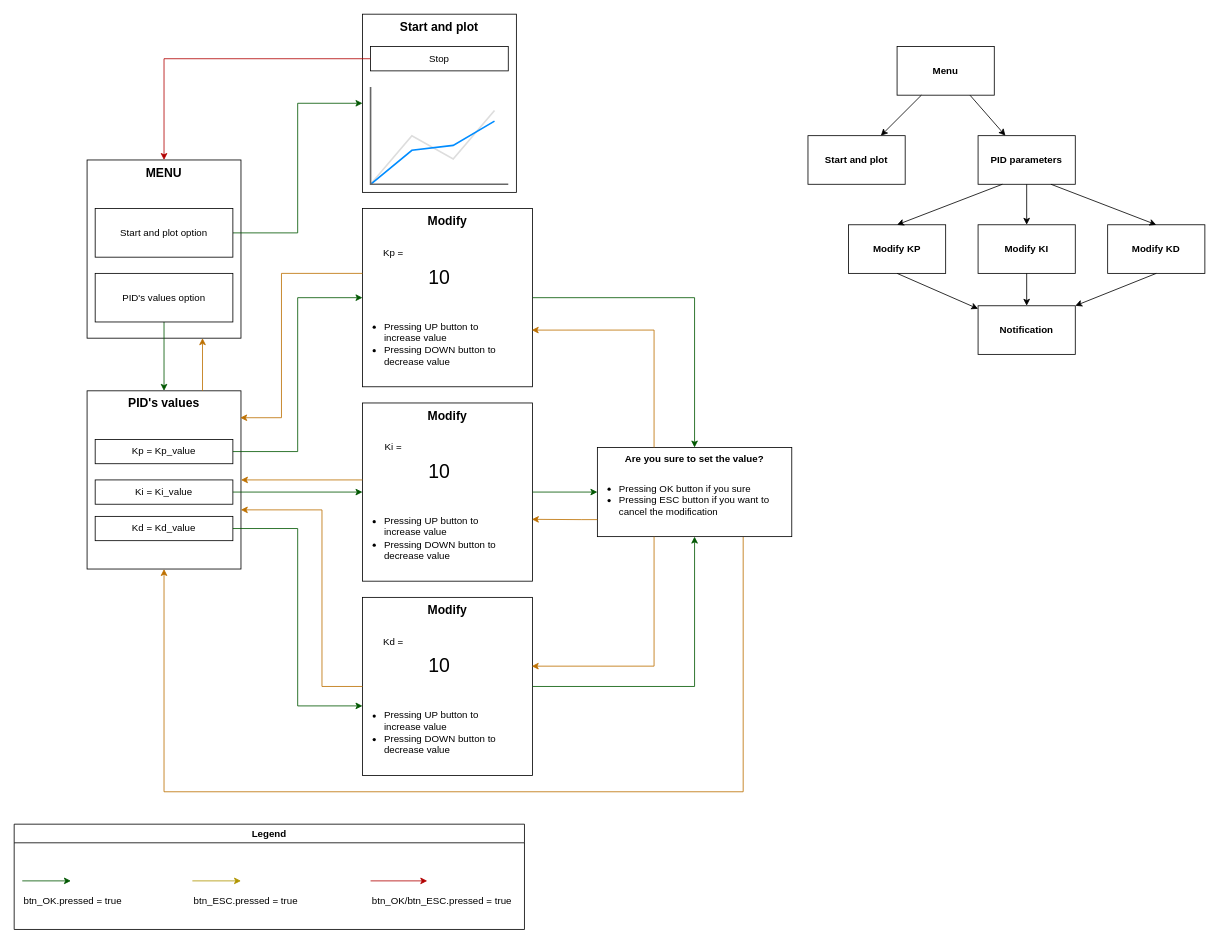
Vinh1222001/Self_balancing_Robot keeps this draw.io diagram as page "UI tree" (2 of 3) of diagrams/SBR_blockDiagram.drawio. Above is the earlier version. Source tidied: cells renumbered, new cells numbered last; positions are measured from the earlier drawing's top-left corner, leaving out a move shared by most shapes. Both pictures are drawn from the tidied source at 81%, with x=0, y=0 at pixel (14, 14).
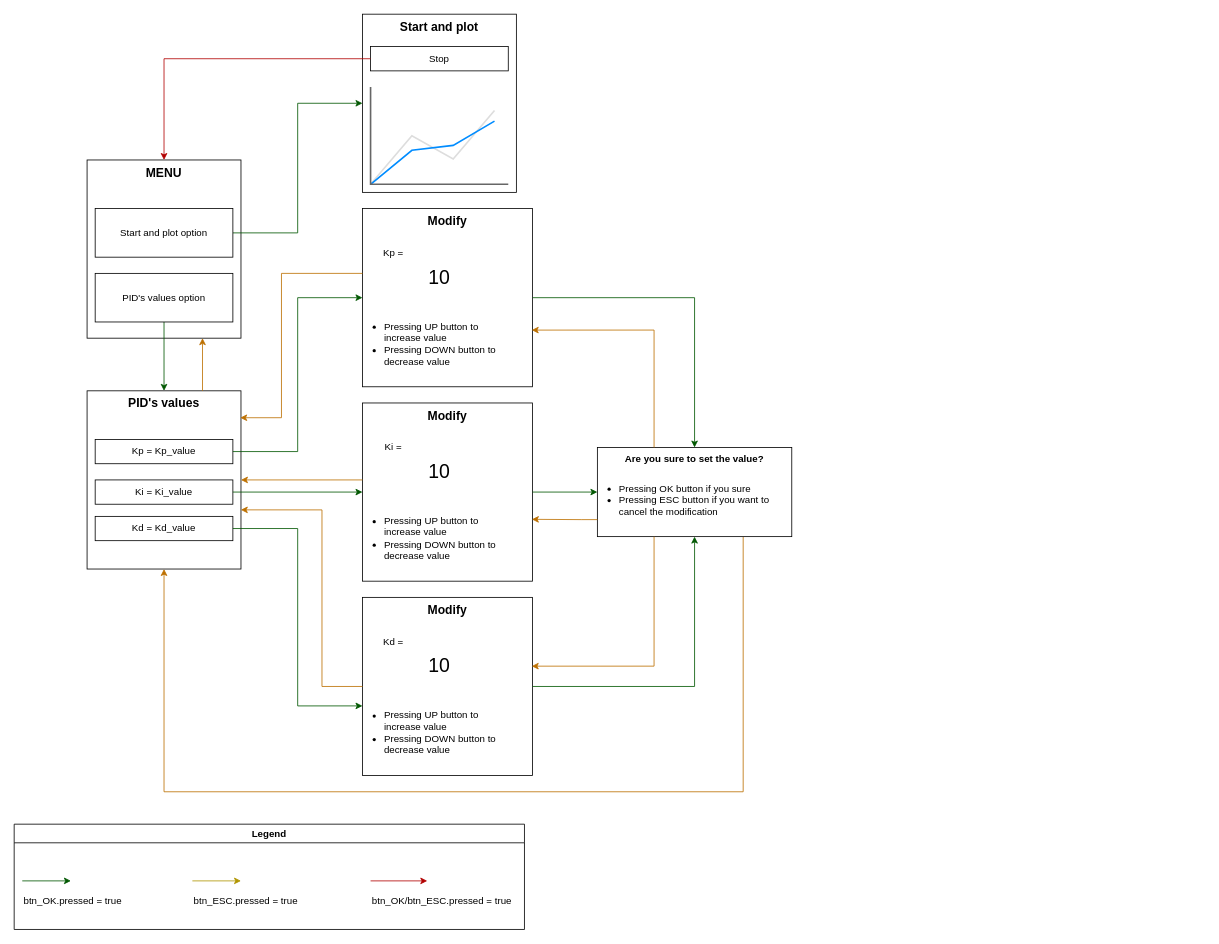
The same page after the edit.

Diff of the diagram source:
```diff
@@
-    <mxCell id="55" value="Menu" style="rounded=0;whiteSpace=wrap;html=1;fontStyle=1;" parent="1" vertex="1">
-      <mxGeometry x="1090" y="40" width="120" height="60" as="geometry" />
-    </mxCell>
-    <mxCell id="56" value="Start and plot" style="rounded=0;whiteSpace=wrap;html=1;fontStyle=1;" parent="1" vertex="1">
-      <mxGeometry x="980" y="150" width="120" height="60" as="geometry" />
-    </mxCell>
-    <mxCell id="57" value="PID parameters" style="rounded=0;whiteSpace=wrap;html=1;fontStyle=1;" parent="1" vertex="1">
-      <mxGeometry x="1190" y="150" width="120" height="60" as="geometry" />
-    </mxCell>
-    <mxCell id="58" value="Modify KP" style="rounded=0;whiteSpace=wrap;html=1;fontStyle=1;" parent="1" vertex="1">
-      <mxGeometry x="1030" y="260" width="120" height="60" as="geometry" />
-    </mxCell>
-    <mxCell id="59" value="Modify KI" style="rounded=0;whiteSpace=wrap;html=1;fontStyle=1;" parent="1" vertex="1">
-      <mxGeometry x="1190" y="260" width="120" height="60" as="geometry" />
-    </mxCell>
-    <mxCell id="60" value="Modify KD" style="rounded=0;whiteSpace=wrap;html=1;fontStyle=1;" parent="1" vertex="1">
-      <mxGeometry x="1350" y="260" width="120" height="60" as="geometry" />
-    </mxCell>
-    <mxCell id="61" value="N&lt;span style=&quot;background-color: initial;&quot;&gt;otification&lt;/span&gt;" style="rounded=0;whiteSpace=wrap;html=1;fontStyle=1;" parent="1" vertex="1">
-      <mxGeometry x="1190" y="360" width="120" height="60" as="geometry" />
-    </mxCell>
-    <mxCell id="62" style="endArrow=classic;html=1;rounded=0;" parent="1" edge="1" source="55" target="56">
-      <mxGeometry relative="1" as="geometry" />
-    </mxCell>
-    <mxCell id="63" style="endArrow=classic;html=1;rounded=0;exitX=0.75;exitY=1;exitDx=0;exitDy=0;" parent="1" edge="1" source="55" target="57">
-      <mxGeometry relative="1" as="geometry" />
-    </mxCell>
-    <mxCell id="64" style="endArrow=classic;html=1;rounded=0;exitX=0.25;exitY=1;exitDx=0;exitDy=0;entryX=0.5;entryY=0;entryDx=0;entryDy=0;" parent="1" edge="1" source="57" target="58">
-      <mxGeometry relative="1" as="geometry" />
-    </mxCell>
-    <mxCell id="65" style="endArrow=classic;html=1;rounded=0;exitX=0.5;exitY=1;exitDx=0;exitDy=0;" parent="1" edge="1" source="57" target="59">
-      <mxGeometry relative="1" as="geometry" />
-    </mxCell>
-    <mxCell id="66" style="endArrow=classic;html=1;rounded=0;exitX=0.75;exitY=1;exitDx=0;exitDy=0;entryX=0.5;entryY=0;entryDx=0;entryDy=0;" parent="1" edge="1" source="57" target="60">
-      <mxGeometry relative="1" as="geometry" />
-    </mxCell>
-    <mxCell id="67" style="endArrow=classic;html=1;rounded=0;exitX=0.5;exitY=1;exitDx=0;exitDy=0;" parent="1" edge="1" source="58" target="61">
-      <mxGeometry relative="1" as="geometry" />
-    </mxCell>
-    <mxCell id="68" style="endArrow=classic;html=1;rounded=0;exitX=0.5;exitY=1;exitDx=0;exitDy=0;" parent="1" edge="1" source="59" target="61">
-      <mxGeometry relative="1" as="geometry" />
-    </mxCell>
-    <mxCell id="69" style="endArrow=classic;html=1;rounded=0;exitX=0.5;exitY=1;exitDx=0;exitDy=0;entryX=1;entryY=0;entryDx=0;entryDy=0;" parent="1" edge="1" source="60" target="61">
-      <mxGeometry relative="1" as="geometry" />
-    </mxCell>
```
